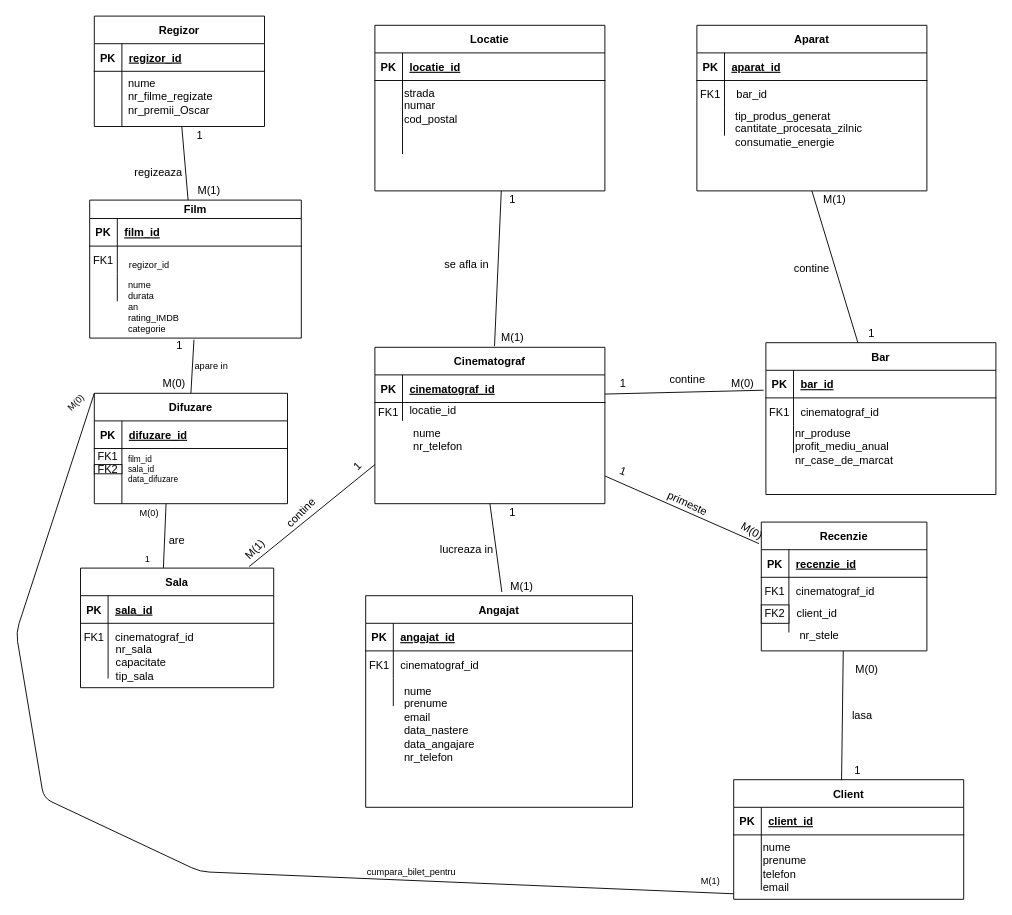
Before: page "Page-1" (2 of 3) of Databases/Project/BucharestCinemas.drawio in Swizop/uni-work, a draw.io diagram. Source tidied: cells renumbered, new cells numbered last; positions are measured from the earlier drawing's top-left corner, leaving out a move shared by most shapes. Both pictures are drawn from the tidied source at 92%, with x=0, y=0 at pixel (16, 16).
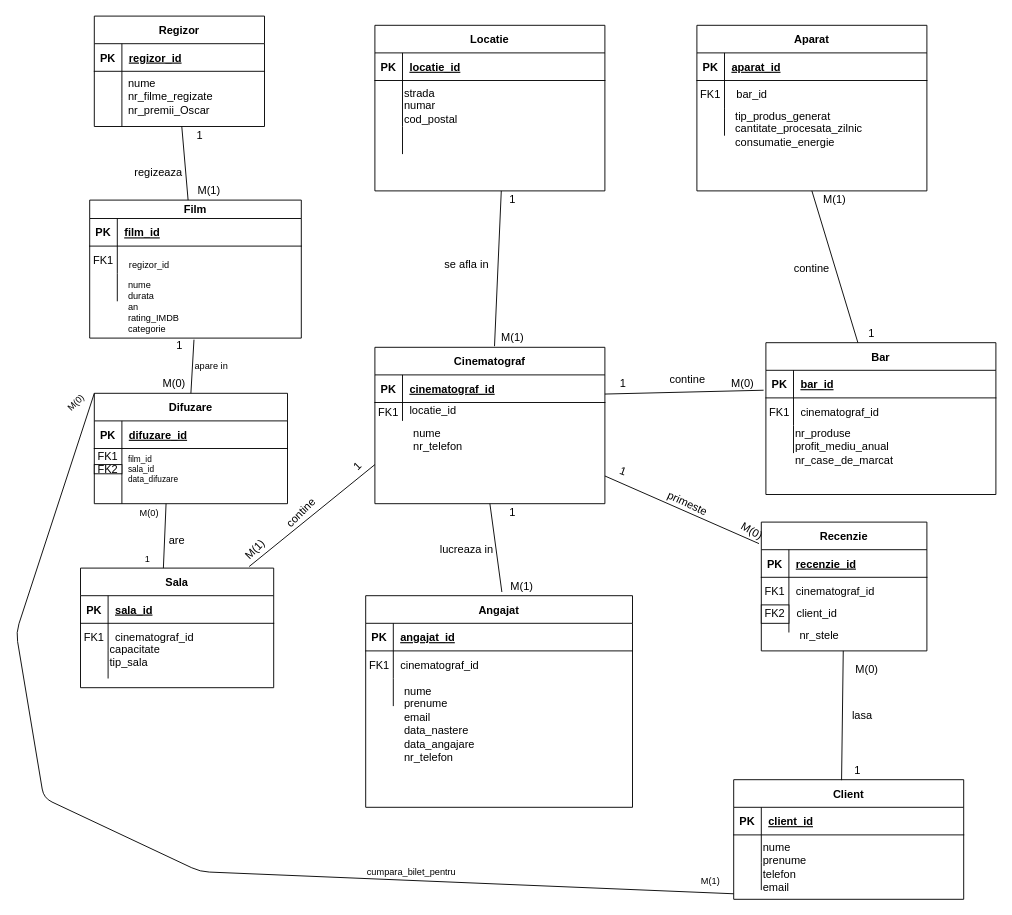
The same page after the edit.

Change to the diagram source:
```diff
@@
-    <mxCell id="112" value="&amp;nbsp; nr_sala&lt;br&gt;&amp;nbsp; capacitate&lt;br&gt;&amp;nbsp; tip_sala" style="text;html=1;strokeColor=none;fillColor=none;align=left;verticalAlign=top;whiteSpace=wrap;rounded=0;" parent="1" vertex="1">
+    <mxCell id="112" value="capacitate&lt;br&gt;tip_sala" style="text;html=1;strokeColor=none;fillColor=none;align=left;verticalAlign=top;whiteSpace=wrap;rounded=0;" parent="1" vertex="1">
       <mxGeometry x="100" y="675" width="180" height="55" as="geometry" />
     </mxCell>
```
